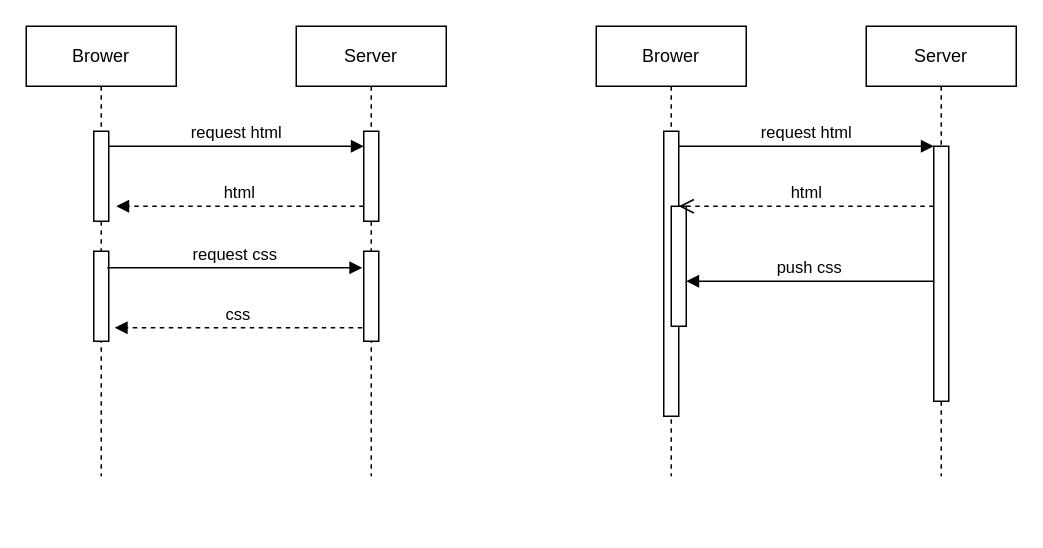
The draw.io diagram 未命名绘图.drawio in conghuaa/Draw.io, before the edit. Source tidied: cells renumbered, new cells numbered last; positions are measured from the earlier drawing's top-left corner, leaving out a move shared by most shapes. Both pictures are drawn from the tidied source at 150%, with x=0, y=0 at pixel (26, 26).
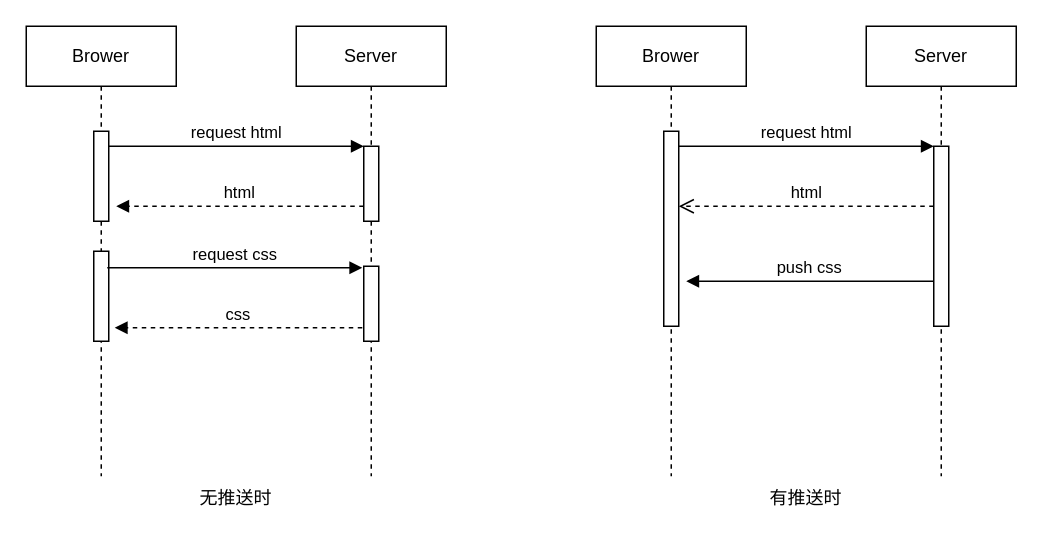
The same diagram, later.

Unchanged cells that the change refers to:
```xml
<mxCell id="5" value="Server" style="shape=umlLifeline;perimeter=lifelinePerimeter;whiteSpace=wrap;html=1;newEdgeStyle={&quot;edgeStyle&quot;:&quot;elbowEdgeStyle&quot;,&quot;elbow&quot;:&quot;vertical&quot;,&quot;curved&quot;:0,&quot;rounded&quot;:0};" parent="1" vertex="1">
  <mxGeometry x="180" width="100" height="300" as="geometry" />
</mxCell>
<mxCell id="10" value="Brower" style="shape=umlLifeline;perimeter=lifelinePerimeter;whiteSpace=wrap;html=1;newEdgeStyle={&quot;edgeStyle&quot;:&quot;elbowEdgeStyle&quot;,&quot;elbow&quot;:&quot;vertical&quot;,&quot;curved&quot;:0,&quot;rounded&quot;:0};" parent="1" vertex="1">
  <mxGeometry x="380" width="100" height="300" as="geometry" />
</mxCell>
<mxCell id="13" value="Server" style="shape=umlLifeline;perimeter=lifelinePerimeter;whiteSpace=wrap;html=1;newEdgeStyle={&quot;edgeStyle&quot;:&quot;elbowEdgeStyle&quot;,&quot;elbow&quot;:&quot;vertical&quot;,&quot;curved&quot;:0,&quot;rounded&quot;:0};" parent="1" vertex="1">
  <mxGeometry x="560" width="100" height="300" as="geometry" />
</mxCell>
```

The edit, as a diff of the source:
```diff
@@
     <mxCell id="6" style="html=1;points=[];perimeter=orthogonalPerimeter;outlineConnect=0;targetShapes=umlLifeline;portConstraint=eastwest;newEdgeStyle={&quot;edgeStyle&quot;:&quot;elbowEdgeStyle&quot;,&quot;elbow&quot;:&quot;vertical&quot;,&quot;curved&quot;:0,&quot;rounded&quot;:0};" parent="5" vertex="1">
-      <mxGeometry x="45" y="70" width="10" height="60" as="geometry" />
+      <mxGeometry x="45" y="80" width="10" height="50" as="geometry" />
     </mxCell>
     <mxCell id="7" style="html=1;perimeter=orthogonalPerimeter;targetShapes=umlLifeline;newEdgeStyle={&quot;edgeStyle&quot;:&quot;elbowEdgeStyle&quot;,&quot;elbow&quot;:&quot;vertical&quot;,&quot;curved&quot;:0,&quot;rounded&quot;:0};" parent="5" vertex="1">
-      <mxGeometry x="45" y="150" width="10" height="60" as="geometry" />
+      <mxGeometry x="45" y="160" width="10" height="50" as="geometry" />
     </mxCell>
@@
     <mxCell id="11" style="html=1;points=[];perimeter=orthogonalPerimeter;outlineConnect=0;targetShapes=umlLifeline;portConstraint=eastwest;newEdgeStyle={&quot;edgeStyle&quot;:&quot;elbowEdgeStyle&quot;,&quot;elbow&quot;:&quot;vertical&quot;,&quot;curved&quot;:0,&quot;rounded&quot;:0};" parent="10" vertex="1">
-      <mxGeometry x="45" y="70" width="10" height="190" as="geometry" />
+      <mxGeometry x="45" y="70" width="10" height="130" as="geometry" />
     </mxCell>
-    <mxCell id="12" style="html=1;perimeter=orthogonalPerimeter;targetShapes=umlLifeline;newEdgeStyle={&quot;edgeStyle&quot;:&quot;elbowEdgeStyle&quot;,&quot;elbow&quot;:&quot;vertical&quot;,&quot;curved&quot;:0,&quot;rounded&quot;:0};" parent="10" vertex="1">
-      <mxGeometry x="50" y="120" width="10" height="80" as="geometry" />
-    </mxCell>
@@
     <mxCell id="14" style="html=1;points=[];perimeter=orthogonalPerimeter;outlineConnect=0;targetShapes=umlLifeline;portConstraint=eastwest;newEdgeStyle={&quot;edgeStyle&quot;:&quot;elbowEdgeStyle&quot;,&quot;elbow&quot;:&quot;vertical&quot;,&quot;curved&quot;:0,&quot;rounded&quot;:0};" parent="13" vertex="1">
-      <mxGeometry x="45" y="80" width="10" height="170" as="geometry" />
+      <mxGeometry x="45" y="80" width="10" height="120" as="geometry" />
     </mxCell>
@@
+    <mxCell id="20" value="无推送时" style="text;html=1;strokeColor=none;fillColor=none;align=center;verticalAlign=middle;whiteSpace=wrap;rounded=0;" parent="1" vertex="1">
+      <mxGeometry x="110" y="300" width="60" height="30" as="geometry" />
+    </mxCell>
+    <mxCell id="21" value="有推送时" style="text;html=1;strokeColor=none;fillColor=none;align=center;verticalAlign=middle;whiteSpace=wrap;rounded=0;" parent="1" vertex="1">
+      <mxGeometry x="490" y="300" width="60" height="30" as="geometry" />
+    </mxCell>
```
